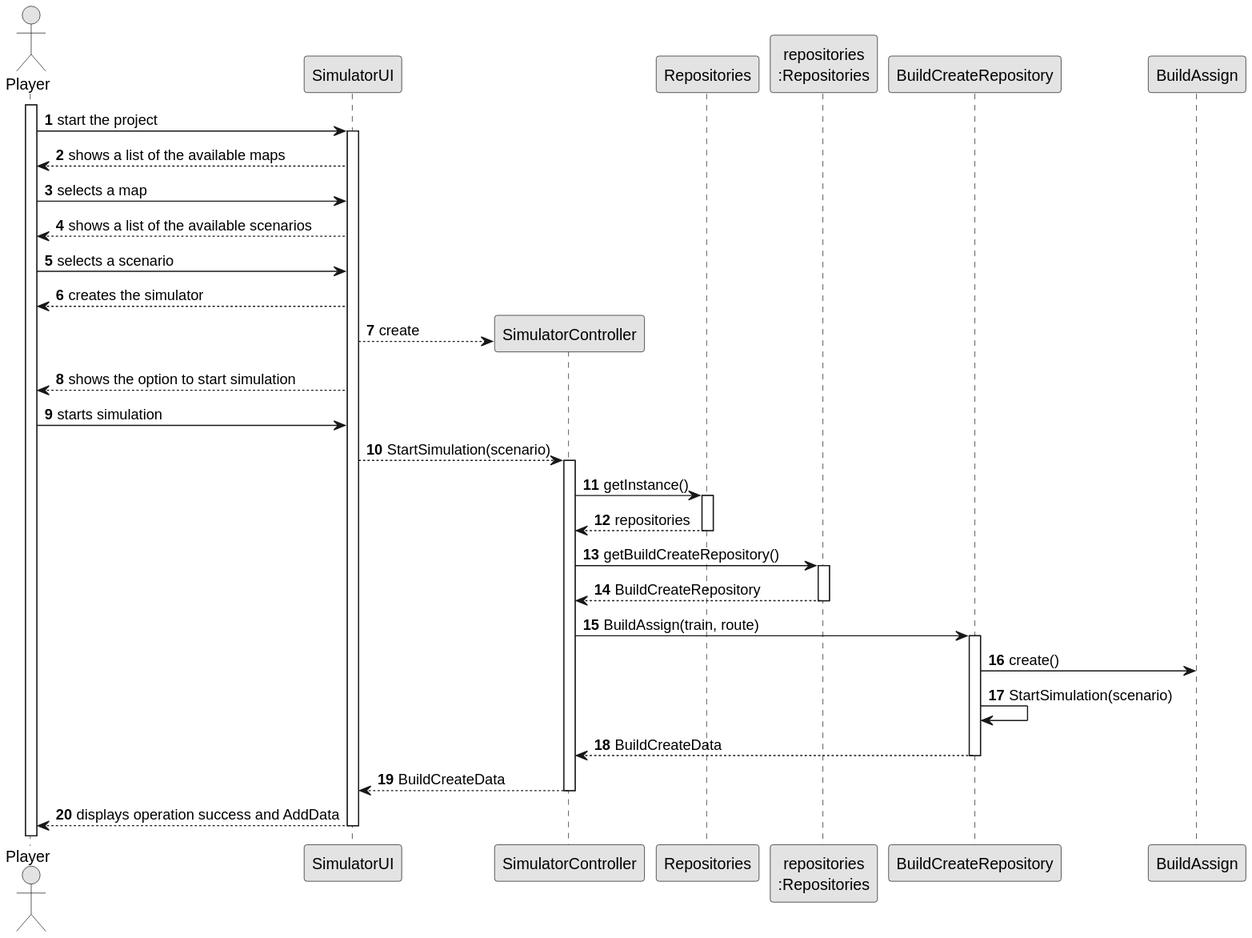
This is docs/sprint2/us012/03.design/svg/us012-sequence-diagram-full.svg from ivasduarte/all-aboard, a PlantUML export, as it was before one commit.
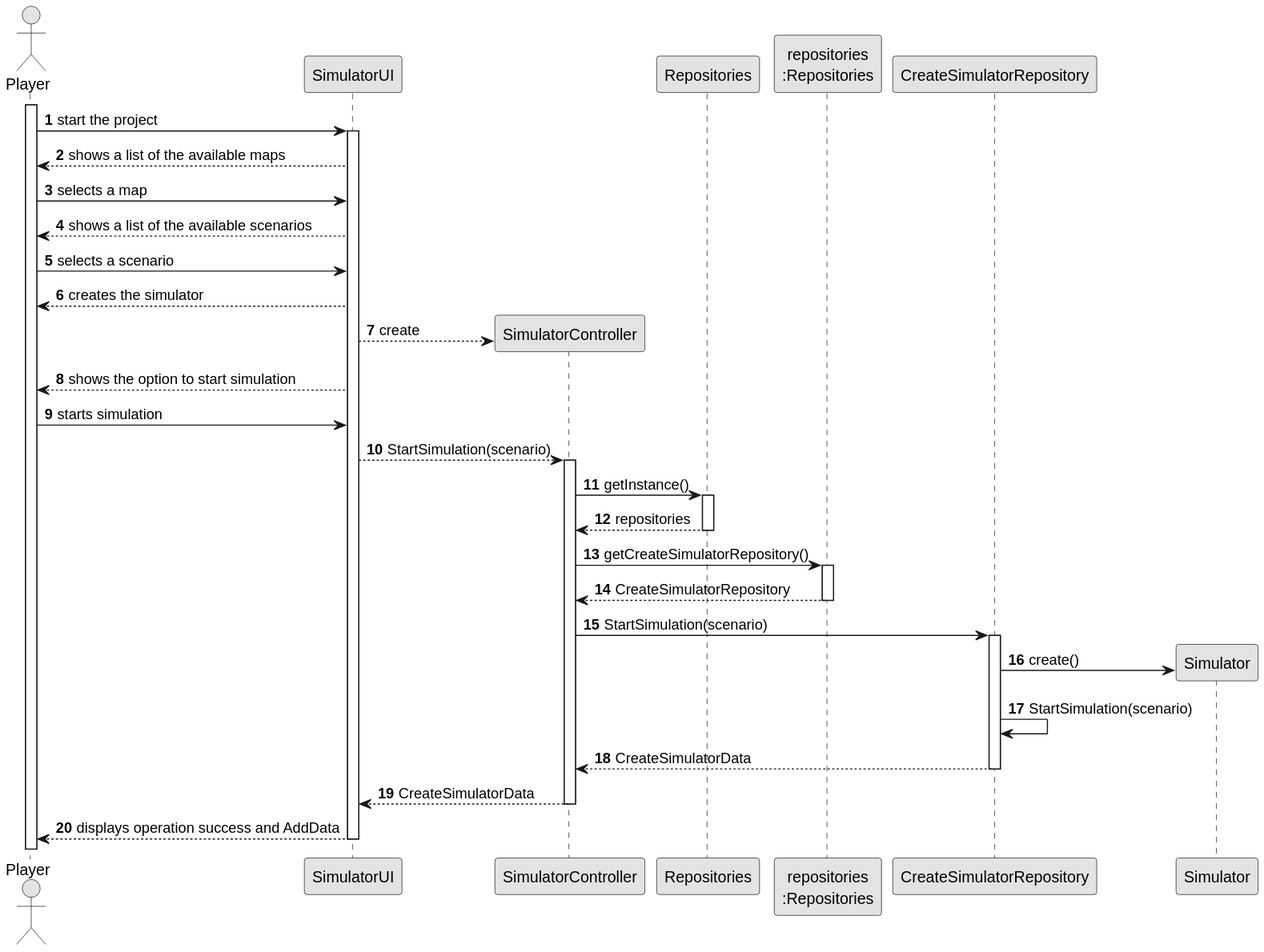
After the commit.

Commit message:
US012(docs): Changed Class and Sequence Diagram

Change to the diagram source:
```diff
@@ -38,22 +38,23 @@
 RepositorySingleton --> CTRL : repositories
 deactivate RepositorySingleton
 
-CTRL -> PLAT : getBuildCreateRepository()
+CTRL -> PLAT : getCreateSimulatorRepository()
 activate PLAT
-PLAT --> CTRL : BuildCreateRepository
+PLAT --> CTRL : CreateSimulatorRepository
 deactivate PLAT
 
-CTRL -> BuildCreateRepository : BuildAssign(train, route)
-activate BuildCreateRepository
+CTRL -> CreateSimulatorRepository : StartSimulation(scenario)
+activate CreateSimulatorRepository
 
-create "BuildCreateRepository\n:BuildCreateRepository" as BuildCreateRepository
-BuildCreateRepository -> BuildAssign : create()
-BuildCreateRepository -> BuildCreateRepository : StartSimulation(scenario)
+create "CreateSimulatorRepository\n:CreateSimulatorRepository" as CreateSimulatorRepository
+create "Simulator" as Simulator
+CreateSimulatorRepository -> Simulator : create()
+CreateSimulatorRepository -> CreateSimulatorRepository : StartSimulation(scenario)
 
-BuildCreateRepository --> CTRL : BuildCreateData
-deactivate BuildCreateRepository
+CreateSimulatorRepository --> CTRL : CreateSimulatorData
+deactivate CreateSimulatorRepository
 
-CTRL --> UI : BuildCreateData
+CTRL --> UI : CreateSimulatorData
 deactivate CTRL
 
 UI --> Editor : displays operation success and AddData
```
